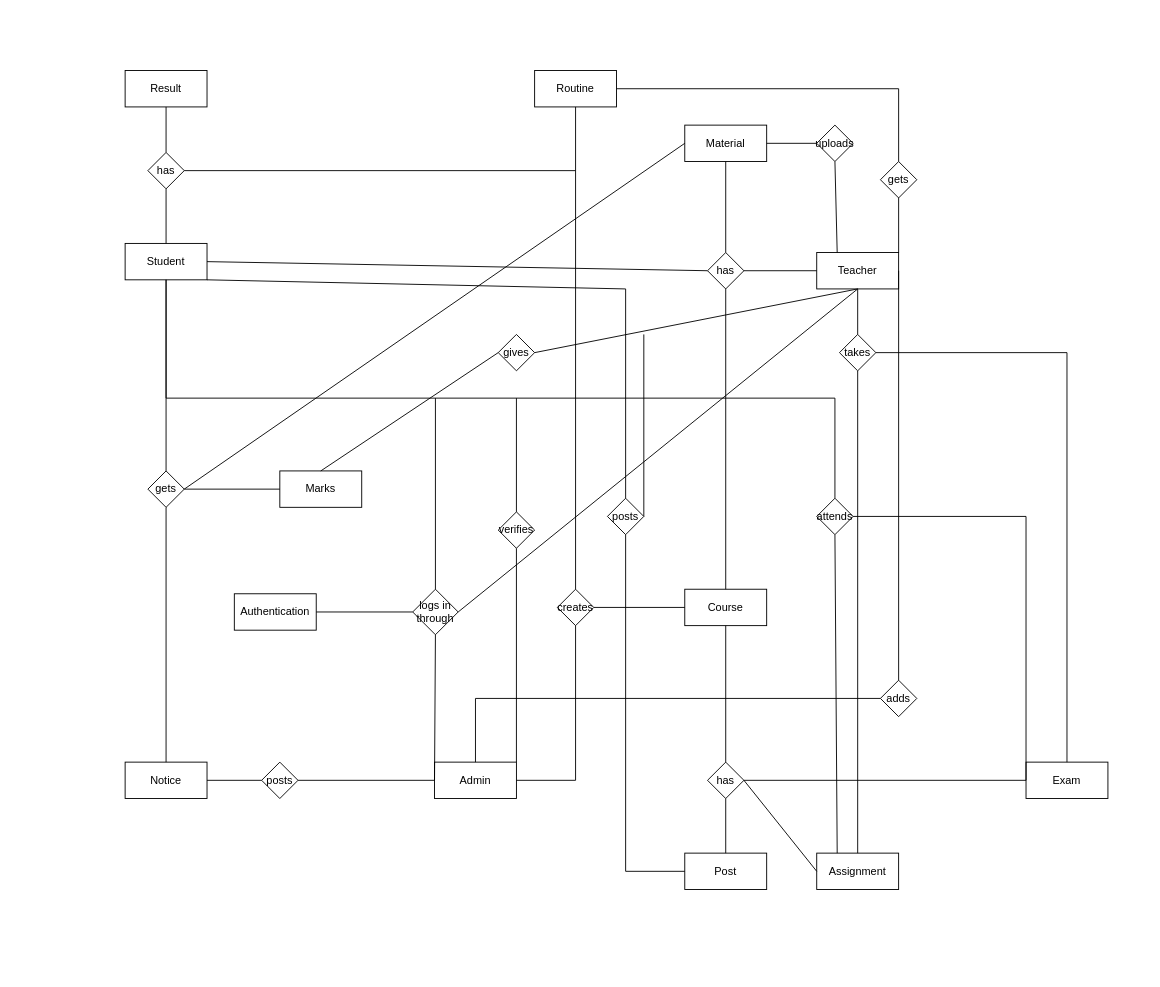
This is page "ER Diagram" (34 of 34) of Diagrams.drawio from shirrsho/E-shcool, a draw.io file, before an edit. Source tidied: cells renumbered, new cells numbered last; positions are measured from the earlier drawing's top-left corner, leaving out a move shared by most shapes. Both pictures are drawn from the tidied source at 91%, with x=0, y=0 at pixel (125, 70).
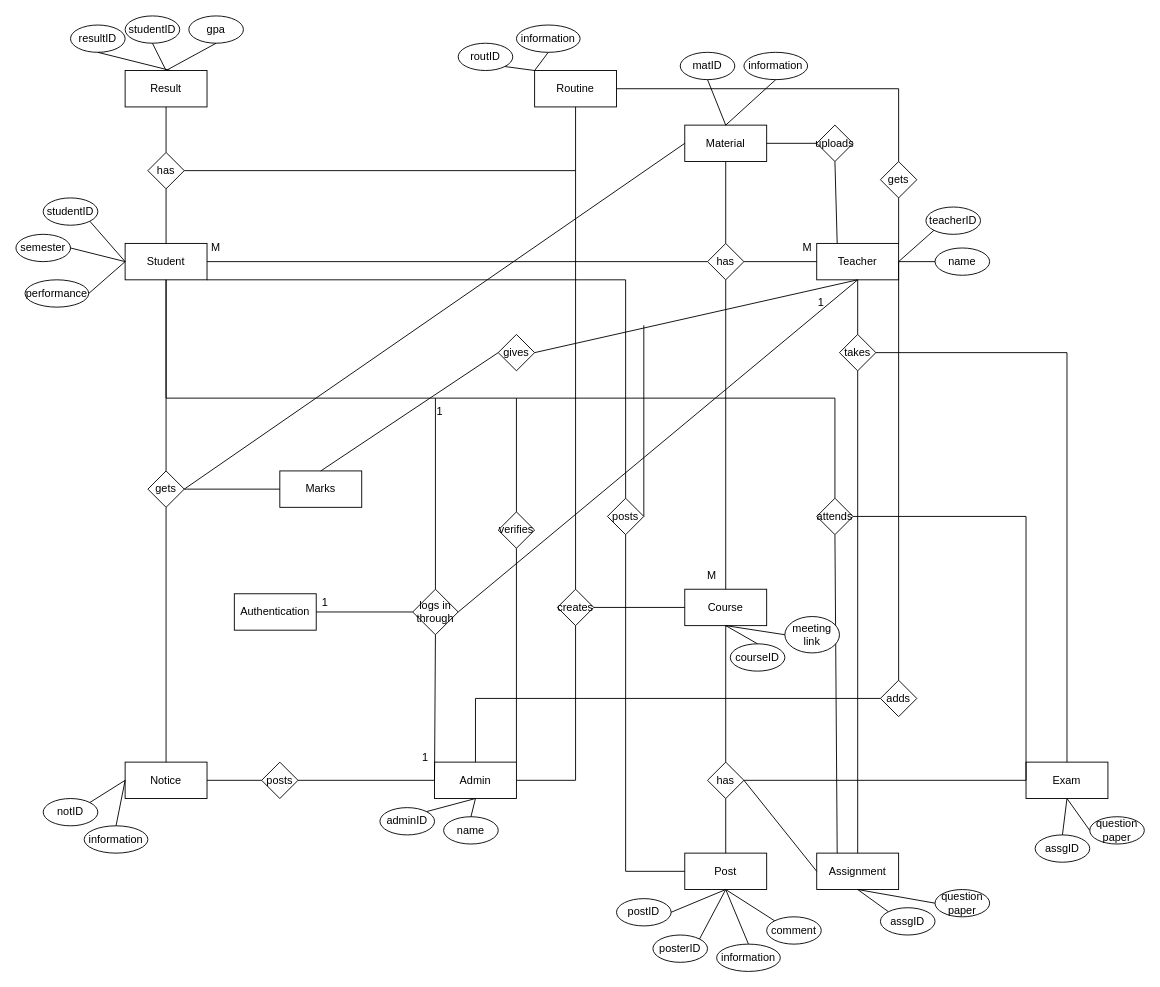
After the change.

Unchanged cells that the change refers to:
```xml
<mxCell id="3" value="Student" style="rounded=0;whiteSpace=wrap;html=1;" parent="1" vertex="1">
  <mxGeometry y="190" width="90" height="40" as="geometry" />
</mxCell>
<mxCell id="4" value="Admin" style="rounded=0;whiteSpace=wrap;html=1;" parent="1" vertex="1">
  <mxGeometry x="340" y="760" width="90" height="40" as="geometry" />
</mxCell>
<mxCell id="6" value="Course" style="rounded=0;whiteSpace=wrap;html=1;" parent="1" vertex="1">
  <mxGeometry x="615" y="570" width="90" height="40" as="geometry" />
</mxCell>
<mxCell id="7" value="Routine" style="rounded=0;whiteSpace=wrap;html=1;" parent="1" vertex="1">
  <mxGeometry x="450" width="90" height="40" as="geometry" />
</mxCell>
<mxCell id="8" value="Notice" style="rounded=0;whiteSpace=wrap;html=1;" parent="1" vertex="1">
  <mxGeometry y="760" width="90" height="40" as="geometry" />
</mxCell>
<mxCell id="9" value="Post" style="rounded=0;whiteSpace=wrap;html=1;" parent="1" vertex="1">
  <mxGeometry x="615" y="860" width="90" height="40" as="geometry" />
</mxCell>
<mxCell id="10" value="Material" style="rounded=0;whiteSpace=wrap;html=1;" parent="1" vertex="1">
  <mxGeometry x="615" y="60" width="90" height="40" as="geometry" />
</mxCell>
<mxCell id="11" value="Exam" style="rounded=0;whiteSpace=wrap;html=1;" parent="1" vertex="1">
  <mxGeometry x="990" y="760" width="90" height="40" as="geometry" />
</mxCell>
<mxCell id="12" value="Assignment" style="rounded=0;whiteSpace=wrap;html=1;" parent="1" vertex="1">
  <mxGeometry x="760" y="860" width="90" height="40" as="geometry" />
</mxCell>
<mxCell id="32" value="posts" style="rhombus;whiteSpace=wrap;html=1;" parent="1" vertex="1">
  <mxGeometry x="530" y="470" width="40" height="40" as="geometry" />
</mxCell>
<mxCell id="57" value="Result" style="rounded=0;whiteSpace=wrap;html=1;" parent="1" vertex="1">
  <mxGeometry width="90" height="40" as="geometry" />
</mxCell>
```

The edit, as a diff of the source:
```diff
@@
     <mxCell id="2" value="Teacher" style="rounded=0;whiteSpace=wrap;html=1;" parent="1" vertex="1">
-      <mxGeometry x="760" y="200" width="90" height="40" as="geometry" />
+      <mxGeometry x="760" y="190" width="90" height="40" as="geometry" />
     </mxCell>
@@
     <mxCell id="14" value="has" style="rhombus;whiteSpace=wrap;html=1;" parent="1" vertex="1">
-      <mxGeometry x="640" y="200" width="40" height="40" as="geometry" />
+      <mxGeometry x="640" y="190" width="40" height="40" as="geometry" />
     </mxCell>
@@
     <mxCell id="33" style="endArrow=none;html=1;rounded=0;exitX=1;exitY=0.5;exitDx=0;exitDy=0;" parent="1" edge="1" source="32">
       <mxGeometry relative="1" as="geometry">
-        <mxPoint x="570" y="290" as="targetPoint" />
+        <mxPoint x="570" y="280" as="targetPoint" />
       </mxGeometry>
     </mxCell>
@@
     <mxCell id="51" style="endArrow=none;html=1;rounded=0;exitX=0.5;exitY=0;exitDx=0;exitDy=0;entryX=1;entryY=1;entryDx=0;entryDy=0;" parent="1" edge="1" source="32" target="3">
       <mxGeometry relative="1" as="geometry">
         <Array as="points">
-          <mxPoint x="550" y="240" />
+          <mxPoint x="550" y="230" />
         </Array>
       </mxGeometry>
     </mxCell>
@@
+    <mxCell id="73" value="M" style="text;html=1;strokeColor=none;fillColor=none;align=center;verticalAlign=middle;whiteSpace=wrap;rounded=0;" parent="1" vertex="1">
+      <mxGeometry x="90" y="180" width="20" height="30" as="geometry" />
+    </mxCell>
+    <mxCell id="74" value="M" style="text;html=1;strokeColor=none;fillColor=none;align=center;verticalAlign=middle;whiteSpace=wrap;rounded=0;" parent="1" vertex="1">
+      <mxGeometry x="615" y="540" width="60" height="30" as="geometry" />
+    </mxCell>
+    <mxCell id="75" value="M" style="text;html=1;strokeColor=none;fillColor=none;align=center;verticalAlign=middle;whiteSpace=wrap;rounded=0;" parent="1" vertex="1">
+      <mxGeometry x="720" y="180" width="60" height="30" as="geometry" />
+    </mxCell>
+    <mxCell id="76" value="1" style="text;html=1;strokeColor=none;fillColor=none;align=center;verticalAlign=middle;whiteSpace=wrap;rounded=0;" parent="1" vertex="1">
+      <mxGeometry x="190" y="570" width="60" height="30" as="geometry" />
+    </mxCell>
+    <mxCell id="77" value="1" style="text;html=1;strokeColor=none;fillColor=none;align=center;verticalAlign=middle;whiteSpace=wrap;rounded=0;" parent="1" vertex="1">
+      <mxGeometry x="300" y="740" width="60" height="30" as="geometry" />
+    </mxCell>
+    <mxCell id="78" value="1" style="text;html=1;strokeColor=none;fillColor=none;align=center;verticalAlign=middle;whiteSpace=wrap;rounded=0;" parent="1" vertex="1">
+      <mxGeometry x="735" y="240" width="60" height="30" as="geometry" />
+    </mxCell>
+    <mxCell id="79" value="1" style="text;html=1;strokeColor=none;fillColor=none;align=center;verticalAlign=middle;whiteSpace=wrap;rounded=0;" parent="1" vertex="1">
+      <mxGeometry x="316" y="360" width="60" height="30" as="geometry" />
+    </mxCell>
+    <mxCell id="80" value="teacherID" style="ellipse;whiteSpace=wrap;html=1;" parent="1" vertex="1">
+      <mxGeometry x="880" y="150" width="60" height="30" as="geometry" />
+    </mxCell>
+    <mxCell id="81" value="name" style="ellipse;whiteSpace=wrap;html=1;" parent="1" vertex="1">
+      <mxGeometry x="890" y="195" width="60" height="30" as="geometry" />
+    </mxCell>
+    <mxCell id="82" value="matID" style="ellipse;whiteSpace=wrap;html=1;" parent="1" vertex="1">
+      <mxGeometry x="610" y="-20" width="60" height="30" as="geometry" />
+    </mxCell>
+    <mxCell id="83" value="information" style="ellipse;whiteSpace=wrap;html=1;" parent="1" vertex="1">
+      <mxGeometry x="680" y="-20" width="70" height="30" as="geometry" />
+    </mxCell>
+    <mxCell id="84" value="routID" style="ellipse;whiteSpace=wrap;html=1;" parent="1" vertex="1">
+      <mxGeometry x="366" y="-30" width="60" height="30" as="geometry" />
+    </mxCell>
+    <mxCell id="85" value="information" style="ellipse;whiteSpace=wrap;html=1;" parent="1" vertex="1">
+      <mxGeometry x="430" y="-50" width="70" height="30" as="geometry" />
+    </mxCell>
+    <mxCell id="86" value="resultID" style="ellipse;whiteSpace=wrap;html=1;" parent="1" vertex="1">
+      <mxGeometry x="-60" y="-50" width="60" height="30" as="geometry" />
+    </mxCell>
+    <mxCell id="87" value="studentID" style="ellipse;whiteSpace=wrap;html=1;" parent="1" vertex="1">
+      <mxGeometry y="-60" width="60" height="30" as="geometry" />
+    </mxCell>
+    <mxCell id="88" value="gpa" style="ellipse;whiteSpace=wrap;html=1;" parent="1" vertex="1">
+      <mxGeometry x="70" y="-60" width="60" height="30" as="geometry" />
+    </mxCell>
+    <mxCell id="89" value="studentID" style="ellipse;whiteSpace=wrap;html=1;" parent="1" vertex="1">
+      <mxGeometry x="-90" y="140" width="60" height="30" as="geometry" />
+    </mxCell>
+    <mxCell id="90" value="semester" style="ellipse;whiteSpace=wrap;html=1;" parent="1" vertex="1">
+      <mxGeometry x="-120" y="180" width="60" height="30" as="geometry" />
+    </mxCell>
+    <mxCell id="91" value="performance" style="ellipse;whiteSpace=wrap;html=1;" parent="1" vertex="1">
+      <mxGeometry x="-110" y="230" width="70" height="30" as="geometry" />
+    </mxCell>
+    <mxCell id="92" value="notID" style="ellipse;whiteSpace=wrap;html=1;" parent="1" vertex="1">
+      <mxGeometry x="-90" y="800" width="60" height="30" as="geometry" />
+    </mxCell>
+    <mxCell id="93" value="information" style="ellipse;whiteSpace=wrap;html=1;" parent="1" vertex="1">
+      <mxGeometry x="-45" y="830" width="70" height="30" as="geometry" />
+    </mxCell>
+    <mxCell id="94" value="adminID" style="ellipse;whiteSpace=wrap;html=1;" parent="1" vertex="1">
+      <mxGeometry x="280" y="810" width="60" height="30" as="geometry" />
+    </mxCell>
+    <mxCell id="95" value="name" style="ellipse;whiteSpace=wrap;html=1;" parent="1" vertex="1">
+      <mxGeometry x="350" y="820" width="60" height="30" as="geometry" />
+    </mxCell>
+    <mxCell id="96" value="postID" style="ellipse;whiteSpace=wrap;html=1;" parent="1" vertex="1">
+      <mxGeometry x="540" y="910" width="60" height="30" as="geometry" />
+    </mxCell>
+    <mxCell id="97" value="posterID" style="ellipse;whiteSpace=wrap;html=1;" parent="1" vertex="1">
+      <mxGeometry x="580" y="950" width="60" height="30" as="geometry" />
+    </mxCell>
+    <mxCell id="98" value="information" style="ellipse;whiteSpace=wrap;html=1;" parent="1" vertex="1">
+      <mxGeometry x="650" y="960" width="70" height="30" as="geometry" />
+    </mxCell>
+    <mxCell id="99" value="comment" style="ellipse;whiteSpace=wrap;html=1;" parent="1" vertex="1">
+      <mxGeometry x="705" y="930" width="60" height="30" as="geometry" />
+    </mxCell>
+    <mxCell id="100" value="assgID" style="ellipse;whiteSpace=wrap;html=1;" parent="1" vertex="1">
+      <mxGeometry x="830" y="920" width="60" height="30" as="geometry" />
+    </mxCell>
+    <mxCell id="101" value="question&lt;br&gt;paper" style="ellipse;whiteSpace=wrap;html=1;" parent="1" vertex="1">
+      <mxGeometry x="890" y="900" width="60" height="30" as="geometry" />
+    </mxCell>
+    <mxCell id="102" value="assgID" style="ellipse;whiteSpace=wrap;html=1;" parent="1" vertex="1">
+      <mxGeometry x="1000" y="840" width="60" height="30" as="geometry" />
+    </mxCell>
+    <mxCell id="103" value="question&lt;br&gt;paper" style="ellipse;whiteSpace=wrap;html=1;" parent="1" vertex="1">
+      <mxGeometry x="1060" y="820" width="60" height="30" as="geometry" />
+    </mxCell>
+    <mxCell id="104" value="courseID" style="ellipse;whiteSpace=wrap;html=1;" parent="1" vertex="1">
+      <mxGeometry x="665" y="630" width="60" height="30" as="geometry" />
+    </mxCell>
+    <mxCell id="105" value="meeting&lt;br&gt;link" style="ellipse;whiteSpace=wrap;html=1;" parent="1" vertex="1">
+      <mxGeometry x="725" y="600" width="60" height="40" as="geometry" />
+    </mxCell>
+    <mxCell id="106" style="endArrow=none;html=1;rounded=0;entryX=0.5;entryY=1;entryDx=0;entryDy=0;exitX=0.5;exitY=0;exitDx=0;exitDy=0;" parent="1" edge="1" source="57" target="88">
+      <mxGeometry relative="1" as="geometry" />
+    </mxCell>
+    <mxCell id="107" style="endArrow=none;html=1;rounded=0;entryX=0.5;entryY=1;entryDx=0;entryDy=0;exitX=0.5;exitY=0;exitDx=0;exitDy=0;" parent="1" edge="1" source="57" target="87">
+      <mxGeometry relative="1" as="geometry" />
+    </mxCell>
+    <mxCell id="108" style="endArrow=none;html=1;rounded=0;entryX=0.5;entryY=1;entryDx=0;entryDy=0;" parent="1" edge="1" target="86">
+      <mxGeometry relative="1" as="geometry">
+        <mxPoint x="50" as="sourcePoint" />
+      </mxGeometry>
+    </mxCell>
+    <mxCell id="109" style="endArrow=none;html=1;rounded=0;entryX=1;entryY=1;entryDx=0;entryDy=0;" parent="1" edge="1" target="89">
+      <mxGeometry relative="1" as="geometry">
+        <mxPoint y="210" as="sourcePoint" />
+      </mxGeometry>
+    </mxCell>
+    <mxCell id="110" style="endArrow=none;html=1;rounded=0;exitX=0;exitY=0.5;exitDx=0;exitDy=0;entryX=1;entryY=0.5;entryDx=0;entryDy=0;" parent="1" edge="1" source="3" target="90">
+      <mxGeometry relative="1" as="geometry" />
+    </mxCell>
+    <mxCell id="111" style="endArrow=none;html=1;rounded=0;exitX=1;exitY=0.5;exitDx=0;exitDy=0;entryX=0;entryY=0.5;entryDx=0;entryDy=0;" parent="1" edge="1" source="91" target="3">
+      <mxGeometry relative="1" as="geometry" />
+    </mxCell>
+    <mxCell id="112" style="endArrow=none;html=1;rounded=0;exitX=1;exitY=0;exitDx=0;exitDy=0;entryX=0;entryY=0.5;entryDx=0;entryDy=0;" parent="1" edge="1" source="92" target="8">
+      <mxGeometry relative="1" as="geometry" />
+    </mxCell>
+    <mxCell id="113" style="endArrow=none;html=1;rounded=0;entryX=0;entryY=0.5;entryDx=0;entryDy=0;exitX=0.5;exitY=0;exitDx=0;exitDy=0;" parent="1" edge="1" source="93" target="8">
+      <mxGeometry relative="1" as="geometry" />
+    </mxCell>
+    <mxCell id="114" style="endArrow=none;html=1;rounded=0;exitX=1;exitY=0;exitDx=0;exitDy=0;entryX=0.5;entryY=1;entryDx=0;entryDy=0;" parent="1" edge="1" source="94" target="4">
+      <mxGeometry relative="1" as="geometry" />
+    </mxCell>
+    <mxCell id="115" style="endArrow=none;html=1;rounded=0;entryX=0.5;entryY=1;entryDx=0;entryDy=0;exitX=0.5;exitY=0;exitDx=0;exitDy=0;" parent="1" edge="1" source="95" target="4">
+      <mxGeometry relative="1" as="geometry" />
+    </mxCell>
+    <mxCell id="116" style="endArrow=none;html=1;rounded=0;entryX=0.5;entryY=1;entryDx=0;entryDy=0;exitX=1;exitY=0.5;exitDx=0;exitDy=0;" parent="1" edge="1" source="96" target="9">
+      <mxGeometry relative="1" as="geometry" />
+    </mxCell>
+    <mxCell id="117" style="endArrow=none;html=1;rounded=0;entryX=0.5;entryY=1;entryDx=0;entryDy=0;exitX=1;exitY=0;exitDx=0;exitDy=0;" parent="1" edge="1" source="97" target="9">
+      <mxGeometry relative="1" as="geometry" />
+    </mxCell>
+    <mxCell id="118" style="endArrow=none;html=1;rounded=0;entryX=0.5;entryY=1;entryDx=0;entryDy=0;exitX=0.5;exitY=0;exitDx=0;exitDy=0;" parent="1" edge="1" source="98" target="9">
+      <mxGeometry relative="1" as="geometry" />
+    </mxCell>
+    <mxCell id="119" style="endArrow=none;html=1;rounded=0;entryX=0.5;entryY=1;entryDx=0;entryDy=0;exitX=0;exitY=0;exitDx=0;exitDy=0;" parent="1" edge="1" source="99" target="9">
+      <mxGeometry relative="1" as="geometry" />
+    </mxCell>
+    <mxCell id="120" style="endArrow=none;html=1;rounded=0;entryX=0.5;entryY=1;entryDx=0;entryDy=0;exitX=0;exitY=0;exitDx=0;exitDy=0;" parent="1" edge="1" source="100" target="12">
+      <mxGeometry relative="1" as="geometry" />
+    </mxCell>
+    <mxCell id="121" style="endArrow=none;html=1;rounded=0;exitX=0.5;exitY=1;exitDx=0;exitDy=0;entryX=0;entryY=0.5;entryDx=0;entryDy=0;" parent="1" edge="1" source="12" target="101">
+      <mxGeometry relative="1" as="geometry" />
+    </mxCell>
+    <mxCell id="122" style="endArrow=none;html=1;rounded=0;entryX=0.5;entryY=1;entryDx=0;entryDy=0;exitX=0.5;exitY=0;exitDx=0;exitDy=0;" parent="1" edge="1" source="102" target="11">
+      <mxGeometry relative="1" as="geometry" />
+    </mxCell>
+    <mxCell id="123" style="endArrow=none;html=1;rounded=0;entryX=0.5;entryY=1;entryDx=0;entryDy=0;exitX=0;exitY=0.5;exitDx=0;exitDy=0;" parent="1" edge="1" source="103" target="11">
+      <mxGeometry relative="1" as="geometry" />
+    </mxCell>
+    <mxCell id="124" style="endArrow=none;html=1;rounded=0;entryX=1;entryY=0.5;entryDx=0;entryDy=0;exitX=0;exitY=1;exitDx=0;exitDy=0;" parent="1" edge="1" source="80" target="2">
+      <mxGeometry relative="1" as="geometry" />
+    </mxCell>
+    <mxCell id="125" style="endArrow=none;html=1;rounded=0;entryX=0;entryY=0.5;entryDx=0;entryDy=0;exitX=1;exitY=0.5;exitDx=0;exitDy=0;" parent="1" edge="1" source="2" target="81">
+      <mxGeometry relative="1" as="geometry" />
+    </mxCell>
+    <mxCell id="126" style="endArrow=none;html=1;rounded=0;entryX=1;entryY=1;entryDx=0;entryDy=0;exitX=0;exitY=0;exitDx=0;exitDy=0;" parent="1" edge="1" source="7" target="84">
+      <mxGeometry relative="1" as="geometry" />
+    </mxCell>
+    <mxCell id="127" style="endArrow=none;html=1;rounded=0;entryX=0.5;entryY=1;entryDx=0;entryDy=0;exitX=0;exitY=0;exitDx=0;exitDy=0;" parent="1" edge="1" source="7" target="85">
+      <mxGeometry relative="1" as="geometry" />
+    </mxCell>
+    <mxCell id="128" style="endArrow=none;html=1;rounded=0;entryX=0.5;entryY=1;entryDx=0;entryDy=0;exitX=0.5;exitY=0;exitDx=0;exitDy=0;" parent="1" edge="1" source="10" target="82">
+      <mxGeometry relative="1" as="geometry" />
+    </mxCell>
+    <mxCell id="129" style="endArrow=none;html=1;rounded=0;entryX=0.5;entryY=1;entryDx=0;entryDy=0;" parent="1" edge="1" target="83">
+      <mxGeometry relative="1" as="geometry">
+        <mxPoint x="660" y="60" as="sourcePoint" />
+      </mxGeometry>
+    </mxCell>
+    <mxCell id="130" style="endArrow=none;html=1;rounded=0;entryX=0.5;entryY=1;entryDx=0;entryDy=0;exitX=0.5;exitY=0;exitDx=0;exitDy=0;" parent="1" edge="1" source="104" target="6">
+      <mxGeometry relative="1" as="geometry" />
+    </mxCell>
+    <mxCell id="131" style="endArrow=none;html=1;rounded=0;entryX=0.5;entryY=1;entryDx=0;entryDy=0;exitX=0;exitY=0.5;exitDx=0;exitDy=0;" parent="1" edge="1" source="105" target="6">
+      <mxGeometry relative="1" as="geometry" />
+    </mxCell>
```
